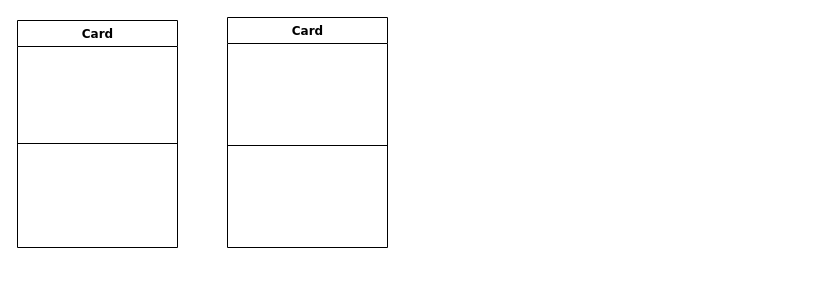
Earlier version of the draw.io diagram Untitled Diagram.drawio (BanneyWen/MyProject). Source tidied: cells renumbered, new cells numbered last; positions are measured from the earlier drawing's top-left corner, leaving out a move shared by most shapes. Both pictures are drawn from the tidied source at 100%, with x=0, y=0 at pixel (17, 17).
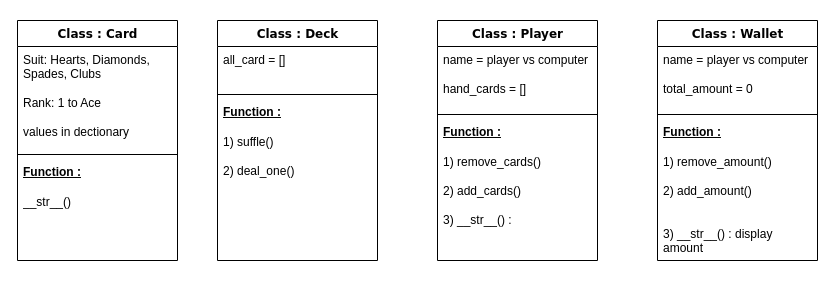
After the change.

Diff of the diagram source:
```diff
@@
-    <mxCell id="2" value="Card" style="swimlane;html=1;fontStyle=1;align=center;verticalAlign=top;horizontal=1;startSize=26;swimlaneFillColor=#ffffff;rounded=0;shadow=0;comic=0;labelBackgroundColor=none;strokeWidth=1;fillColor=none;fontFamily=Verdana;fontSize=12;" parent="1" vertex="1">
-      <mxGeometry y="3" width="160" height="227" as="geometry" />
+    <mxCell id="2" value="Class : Card" style="swimlane;html=1;fontStyle=1;align=center;verticalAlign=top;horizontal=1;startSize=26;swimlaneFillColor=#ffffff;rounded=0;shadow=0;comic=0;labelBackgroundColor=none;strokeWidth=1;fillColor=none;fontFamily=Verdana;fontSize=12;" parent="1" vertex="1">
+      <mxGeometry y="3" width="160" height="240" as="geometry" />
     </mxCell>
+    <mxCell id="6" value="&lt;div&gt;Suit: Hearts, Diamonds, Spades, Clubs&lt;/div&gt;&lt;div&gt;&lt;br&gt;&lt;/div&gt;&lt;div&gt;&lt;div&gt;Rank: 1 to Ace&lt;/div&gt;&lt;div&gt;&lt;br&gt;&lt;/div&gt;&lt;div&gt;values in dectionary&lt;/div&gt;&lt;/div&gt;&lt;div&gt;&lt;br&gt;&lt;/div&gt;" style="text;html=1;strokeColor=none;fillColor=none;align=left;verticalAlign=top;spacingLeft=4;spacingRight=4;whiteSpace=wrap;overflow=hidden;" parent="2" vertex="1">
+      <mxGeometry y="26" width="160" height="104" as="geometry" />
+    </mxCell>
     <mxCell id="3" style="line;html=1;strokeWidth=1;fillColor=none;align=left;verticalAlign=middle;spacingTop=-1;spacingLeft=3;spacingRight=3;labelPosition=right;" parent="2" vertex="1">
-      <mxGeometry y="26" width="160" height="194" as="geometry" />
+      <mxGeometry y="130" width="160" height="8" as="geometry" />
     </mxCell>
-    <mxCell id="4" value="Card" style="swimlane;html=1;fontStyle=1;align=center;verticalAlign=top;horizontal=1;startSize=26;swimlaneFillColor=#ffffff;rounded=0;shadow=0;comic=0;labelBackgroundColor=none;strokeWidth=1;fillColor=none;fontFamily=Verdana;fontSize=12;" parent="1" vertex="1">
-      <mxGeometry x="210" width="160" height="230" as="geometry" />
-    </mxCell>
-    <mxCell id="5" style="line;html=1;strokeWidth=1;fillColor=none;align=left;verticalAlign=middle;spacingTop=-1;spacingLeft=3;spacingRight=3;labelPosition=right;" parent="4" vertex="1">
-      <mxGeometry y="26" width="160" height="204" as="geometry" />
-    </mxCell>
+    <mxCell id="7" value="Function :" style="text;html=1;strokeColor=none;fillColor=none;align=left;verticalAlign=top;spacingLeft=4;spacingRight=4;whiteSpace=wrap;overflow=hidden;fontStyle=5;" parent="2" vertex="1">
+      <mxGeometry y="138" width="160" height="30" as="geometry" />
+    </mxCell>
+    <mxCell id="8" value="&lt;div&gt;__str__() &lt;br&gt;&lt;/div&gt;&lt;div&gt;&lt;br&gt;&lt;/div&gt;&lt;div&gt;&lt;br&gt;&lt;/div&gt;" style="text;html=1;strokeColor=none;fillColor=none;align=left;verticalAlign=top;spacingLeft=4;spacingRight=4;whiteSpace=wrap;overflow=hidden;" parent="2" vertex="1">
+      <mxGeometry y="168" width="160" height="52" as="geometry" />
+    </mxCell>
+    <mxCell id="9" value="Class : Deck" style="swimlane;html=1;fontStyle=1;align=center;verticalAlign=top;horizontal=1;startSize=26;swimlaneFillColor=#ffffff;rounded=0;shadow=0;comic=0;labelBackgroundColor=none;strokeWidth=1;fillColor=none;fontFamily=Verdana;fontSize=12;" parent="1" vertex="1">
+      <mxGeometry x="200" y="3" width="160" height="240" as="geometry" />
+    </mxCell>
+    <mxCell id="10" value="&lt;div&gt;all_card = []&lt;/div&gt;&lt;div&gt;&lt;br&gt;&lt;/div&gt;" style="text;html=1;strokeColor=none;fillColor=none;align=left;verticalAlign=top;spacingLeft=4;spacingRight=4;whiteSpace=wrap;overflow=hidden;" parent="9" vertex="1">
+      <mxGeometry y="26" width="160" height="44" as="geometry" />
+    </mxCell>
+    <mxCell id="11" style="line;html=1;strokeWidth=1;fillColor=none;align=left;verticalAlign=middle;spacingTop=-1;spacingLeft=3;spacingRight=3;labelPosition=right;" parent="9" vertex="1">
+      <mxGeometry y="70" width="160" height="8" as="geometry" />
+    </mxCell>
+    <mxCell id="12" value="Function :" style="text;html=1;strokeColor=none;fillColor=none;align=left;verticalAlign=top;spacingLeft=4;spacingRight=4;whiteSpace=wrap;overflow=hidden;fontStyle=5;" parent="9" vertex="1">
+      <mxGeometry y="78" width="160" height="30" as="geometry" />
+    </mxCell>
+    <mxCell id="13" value="&lt;div&gt;1) suffle()&lt;/div&gt;&lt;div&gt;&lt;br&gt;&lt;/div&gt;&lt;div&gt;2) deal_one()&lt;br&gt;&lt;/div&gt;" style="text;html=1;strokeColor=none;fillColor=none;align=left;verticalAlign=top;spacingLeft=4;spacingRight=4;whiteSpace=wrap;overflow=hidden;" parent="9" vertex="1">
+      <mxGeometry y="108" width="160" height="52" as="geometry" />
+    </mxCell>
+    <mxCell id="14" value="Class : Player" style="swimlane;html=1;fontStyle=1;align=center;verticalAlign=top;horizontal=1;startSize=26;swimlaneFillColor=#ffffff;rounded=0;shadow=0;comic=0;labelBackgroundColor=none;strokeWidth=1;fillColor=none;fontFamily=Verdana;fontSize=12;" parent="1" vertex="1">
+      <mxGeometry x="420" y="3" width="160" height="240" as="geometry" />
+    </mxCell>
+    <mxCell id="15" value="&lt;div&gt;name = player vs computer&lt;br&gt;&lt;/div&gt;&lt;div&gt;&lt;br&gt;&lt;/div&gt;&lt;div&gt;hand_cards = []&lt;/div&gt;&lt;div&gt;&lt;br&gt;&lt;/div&gt;" style="text;html=1;strokeColor=none;fillColor=none;align=left;verticalAlign=top;spacingLeft=4;spacingRight=4;whiteSpace=wrap;overflow=hidden;" parent="14" vertex="1">
+      <mxGeometry y="26" width="160" height="64" as="geometry" />
+    </mxCell>
+    <mxCell id="16" style="line;html=1;strokeWidth=1;fillColor=none;align=left;verticalAlign=middle;spacingTop=-1;spacingLeft=3;spacingRight=3;labelPosition=right;" parent="14" vertex="1">
+      <mxGeometry y="90" width="160" height="8" as="geometry" />
+    </mxCell>
+    <mxCell id="17" value="Function :" style="text;html=1;strokeColor=none;fillColor=none;align=left;verticalAlign=top;spacingLeft=4;spacingRight=4;whiteSpace=wrap;overflow=hidden;fontStyle=5;" parent="14" vertex="1">
+      <mxGeometry y="98" width="160" height="30" as="geometry" />
+    </mxCell>
+    <mxCell id="18" value="&lt;div&gt;1) remove_cards()&lt;br&gt;&lt;/div&gt;&lt;div&gt;&lt;br&gt;&lt;/div&gt;&lt;div&gt;2) add_cards()&lt;/div&gt;&lt;div&gt;&lt;br&gt;&lt;/div&gt;&lt;div&gt;3) __str__() :&lt;br&gt;&lt;/div&gt;" style="text;html=1;strokeColor=none;fillColor=none;align=left;verticalAlign=top;spacingLeft=4;spacingRight=4;whiteSpace=wrap;overflow=hidden;" parent="14" vertex="1">
+      <mxGeometry y="128" width="160" height="112" as="geometry" />
+    </mxCell>
+    <mxCell id="19" value="Class : Wallet" style="swimlane;html=1;fontStyle=1;align=center;verticalAlign=top;horizontal=1;startSize=26;swimlaneFillColor=#ffffff;rounded=0;shadow=0;comic=0;labelBackgroundColor=none;strokeWidth=1;fillColor=none;fontFamily=Verdana;fontSize=12;" parent="1" vertex="1">
+      <mxGeometry x="640" y="3" width="160" height="240" as="geometry" />
+    </mxCell>
+    <mxCell id="20" value="&lt;div&gt;name = player vs computer&lt;br&gt;&lt;/div&gt;&lt;div&gt;&lt;br&gt;&lt;/div&gt;&lt;div&gt;total_amount = 0&lt;br&gt;&lt;/div&gt;&lt;div&gt;&lt;br&gt;&lt;/div&gt;" style="text;html=1;strokeColor=none;fillColor=none;align=left;verticalAlign=top;spacingLeft=4;spacingRight=4;whiteSpace=wrap;overflow=hidden;" parent="19" vertex="1">
+      <mxGeometry y="26" width="160" height="64" as="geometry" />
+    </mxCell>
+    <mxCell id="21" style="line;html=1;strokeWidth=1;fillColor=none;align=left;verticalAlign=middle;spacingTop=-1;spacingLeft=3;spacingRight=3;labelPosition=right;" parent="19" vertex="1">
+      <mxGeometry y="90" width="160" height="8" as="geometry" />
+    </mxCell>
+    <mxCell id="22" value="Function :" style="text;html=1;strokeColor=none;fillColor=none;align=left;verticalAlign=top;spacingLeft=4;spacingRight=4;whiteSpace=wrap;overflow=hidden;fontStyle=5;" parent="19" vertex="1">
+      <mxGeometry y="98" width="160" height="30" as="geometry" />
+    </mxCell>
+    <mxCell id="23" value="&lt;div&gt;1) remove_amount()&lt;br&gt;&lt;/div&gt;&lt;div&gt;&lt;br&gt;&lt;/div&gt;&lt;div&gt;2) add_amount()&lt;/div&gt;&lt;div&gt;&lt;br&gt;&lt;/div&gt;&lt;div&gt;&lt;br&gt;&lt;/div&gt;&lt;div&gt;3) __str__() : display amount&lt;br&gt;&lt;/div&gt;" style="text;html=1;strokeColor=none;fillColor=none;align=left;verticalAlign=top;spacingLeft=4;spacingRight=4;whiteSpace=wrap;overflow=hidden;" parent="19" vertex="1">
+      <mxGeometry y="128" width="160" height="112" as="geometry" />
+    </mxCell>
```
